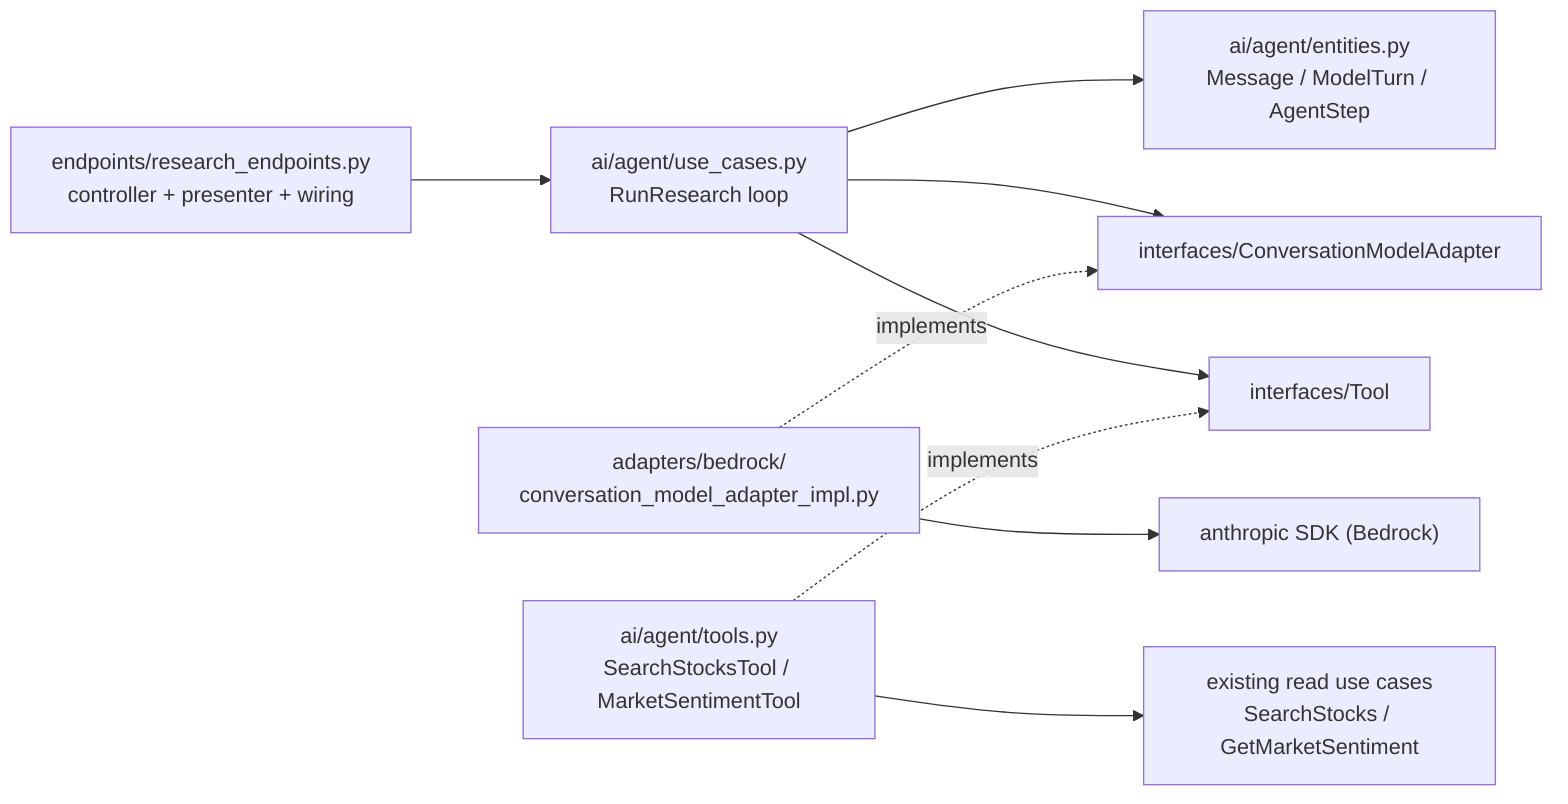
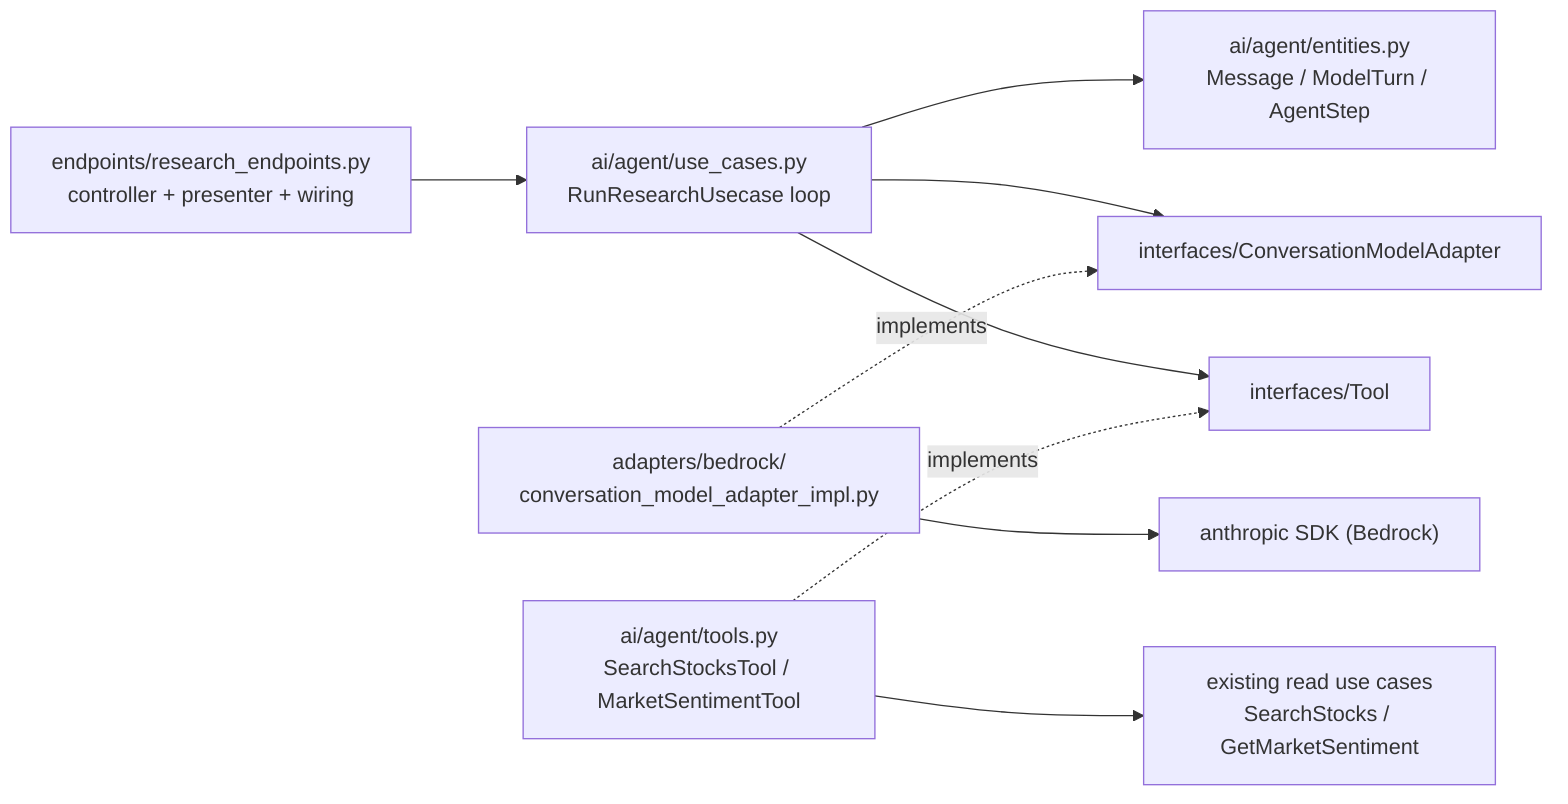
graph LR
-     EP["endpoints/research_endpoints.py<br/>controller + presenter + wiring"] --> UC["ai/agent/use_cases.py<br/>RunResearch loop"]
+     EP["endpoints/research_endpoints.py<br/>controller + presenter + wiring"] --> UC["ai/agent/use_cases.py<br/>RunResearchUsecase loop"]
    UC --> E["ai/agent/entities.py<br/>Message / ModelTurn / AgentStep"]
    UC --> P1["interfaces/ConversationModelAdapter"]
    UC --> P2["interfaces/Tool"]
    AD["adapters/bedrock/<br/>conversation_model_adapter_impl.py"] -. implements .-> P1
    T["ai/agent/tools.py<br/>SearchStocksTool / MarketSentimentTool"] -. implements .-> P2
    T --> UC2["existing read use cases<br/>SearchStocks / GetMarketSentiment"]
    AD --> SDK["anthropic SDK (Bedrock)"]
